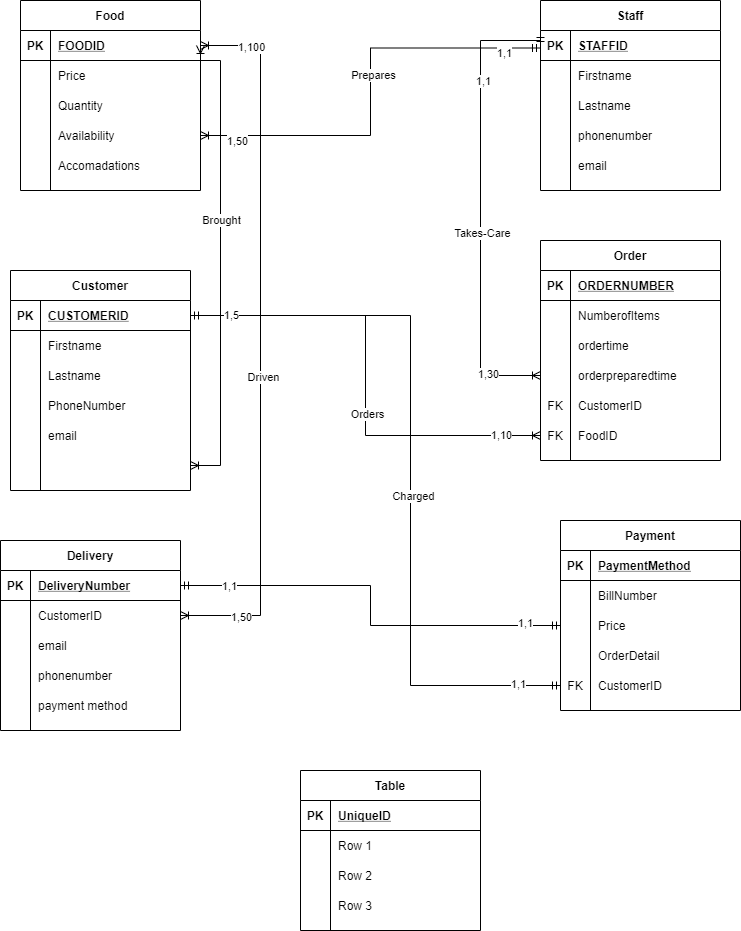
cmostir/Group-Project-2 keeps this draw.io diagram as Group assignment 2.png. Above is the earlier version. Source tidied: cells renumbered, new cells last; positions are measured from the earlier drawing's top-left corner, leaving out a move shared by most shapes.
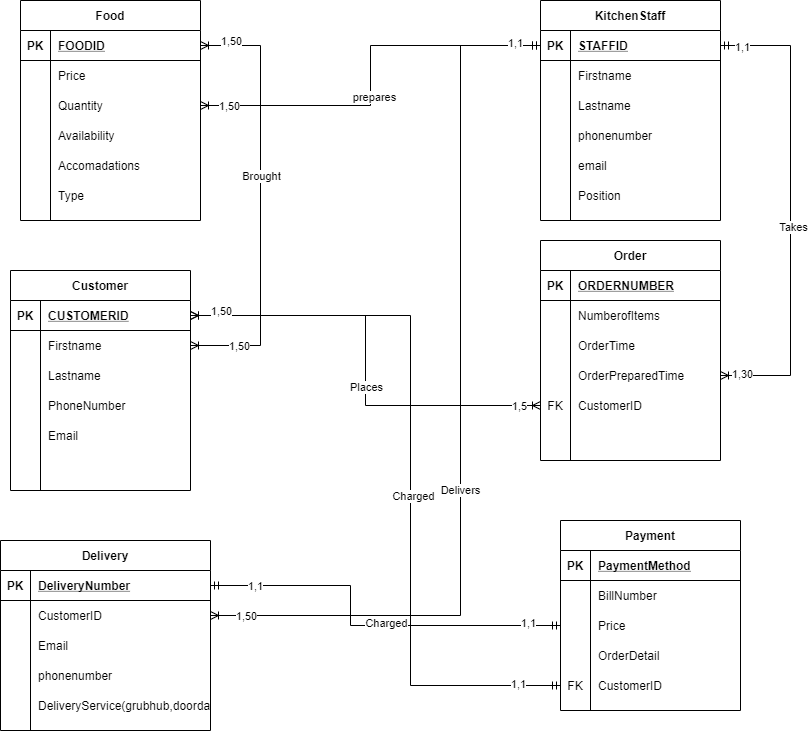
The same file after the commit.

Diff of the diagram source:
```diff
@@ -5,3 +5,3 @@
     <mxCell id="2" value="Food" style="shape=table;startSize=30;rowLines=0;fontStyle=1;align=center;" parent="1" vertex="1">
-      <mxGeometry x="20" width="180" height="190" as="geometry" />
+      <mxGeometry x="20" width="180" height="220" as="geometry" />
     </mxCell>
@@ -52,13 +52,13 @@
     </mxCell>
-    <mxCell id="18" style="edgeStyle=orthogonalEdgeStyle;rounded=0;jettySize=auto;html=1;exitX=0;exitY=0.25;exitDx=0;exitDy=0;entryX=1;entryY=0.5;entryDx=0;entryDy=0;startArrow=ERmandOne;startFill=0;endArrow=ERoneToMany;endFill=0;" parent="1" edge="1" source="21" target="12">
-      <mxGeometry relative="1" as="geometry" />
-    </mxCell>
-    <mxCell id="19" value="Prepares" style="edgeLabel;html=1;align=center;verticalAlign=middle;" parent="18" vertex="1">
-      <mxGeometry x="-0.21" y="27" relative="1" as="geometry" />
-    </mxCell>
-    <mxCell id="20" value="1,50" style="edgeLabel;html=1;align=center;verticalAlign=middle;" parent="18" vertex="1">
-      <mxGeometry x="0.83" y="5" relative="1" as="geometry" />
-    </mxCell>
+    <mxCell id="141" style="shape=partialRectangle;fillColor=none;top=0;left=0;bottom=0;right=0;" parent="2" vertex="1">
+      <mxGeometry y="180" width="180" height="30" as="geometry" />
+    </mxCell>
+    <mxCell id="142" style="shape=partialRectangle;fillColor=none;top=0;left=0;bottom=0;right=0;overflow=hidden;" parent="141" vertex="1">
+      <mxGeometry width="30" height="30" as="geometry" />
+    </mxCell>
+    <mxCell id="143" value="Type" style="shape=partialRectangle;fillColor=none;top=0;left=0;bottom=0;right=0;align=left;spacingLeft=6;overflow=hidden;" parent="141" vertex="1">
+      <mxGeometry x="30" width="150" height="30" as="geometry" />
+    </mxCell>
-    <mxCell id="21" value="Staff" style="shape=table;startSize=30;rowLines=0;fontStyle=1;align=center;" parent="1" vertex="1">
-      <mxGeometry x="540" width="180" height="190" as="geometry" />
+    <mxCell id="21" value="KitchenStaff" style="shape=table;startSize=30;rowLines=0;fontStyle=1;align=center;" parent="1" vertex="1">
+      <mxGeometry x="540" width="180" height="220" as="geometry" />
     </mxCell>
@@ -109,2 +109,11 @@
     </mxCell>
+    <mxCell id="144" style="shape=partialRectangle;fillColor=none;top=0;left=0;bottom=0;right=0;" parent="21" vertex="1">
+      <mxGeometry y="180" width="180" height="30" as="geometry" />
+    </mxCell>
+    <mxCell id="145" style="shape=partialRectangle;fillColor=none;top=0;left=0;bottom=0;right=0;overflow=hidden;" parent="144" vertex="1">
+      <mxGeometry width="30" height="30" as="geometry" />
+    </mxCell>
+    <mxCell id="146" value="Position" style="shape=partialRectangle;fillColor=none;top=0;left=0;bottom=0;right=0;align=left;spacingLeft=6;overflow=hidden;" parent="144" vertex="1">
+      <mxGeometry x="30" width="150" height="30" as="geometry" />
+    </mxCell>
     <mxCell id="37" value="Customer" style="shape=table;startSize=30;rowLines=0;fontStyle=1;align=center;" parent="1" vertex="1">
@@ -154,3 +163,3 @@
     </mxCell>
-    <mxCell id="52" value="email" style="shape=partialRectangle;fillColor=none;top=0;left=0;bottom=0;right=0;align=left;spacingLeft=6;overflow=hidden;" parent="50" vertex="1">
+    <mxCell id="52" value="Email" style="shape=partialRectangle;fillColor=none;top=0;left=0;bottom=0;right=0;align=left;spacingLeft=6;overflow=hidden;" parent="50" vertex="1">
       <mxGeometry x="30" width="150" height="30" as="geometry" />
@@ -193,3 +202,3 @@
     </mxCell>
-    <mxCell id="65" value="ordertime" style="shape=partialRectangle;fillColor=none;top=0;left=0;bottom=0;right=0;align=left;spacingLeft=6;overflow=hidden;" parent="63" vertex="1">
+    <mxCell id="65" value="OrderTime" style="shape=partialRectangle;fillColor=none;top=0;left=0;bottom=0;right=0;align=left;spacingLeft=6;overflow=hidden;" parent="63" vertex="1">
       <mxGeometry x="30" width="150" height="30" as="geometry" />
@@ -202,3 +211,3 @@
     </mxCell>
-    <mxCell id="68" value="orderpreparedtime" style="shape=partialRectangle;fillColor=none;top=0;left=0;bottom=0;right=0;align=left;spacingLeft=6;overflow=hidden;" parent="66" vertex="1">
+    <mxCell id="68" value="OrderPreparedTime" style="shape=partialRectangle;fillColor=none;top=0;left=0;bottom=0;right=0;align=left;spacingLeft=6;overflow=hidden;" parent="66" vertex="1">
       <mxGeometry x="30" width="150" height="30" as="geometry" />
@@ -217,6 +226,6 @@
     </mxCell>
-    <mxCell id="73" value="FK" style="shape=partialRectangle;fillColor=none;top=0;left=0;bottom=0;right=0;overflow=hidden;" parent="72" vertex="1">
+    <mxCell id="73" style="shape=partialRectangle;fillColor=none;top=0;left=0;bottom=0;right=0;overflow=hidden;" parent="72" vertex="1">
       <mxGeometry width="30" height="30" as="geometry" />
     </mxCell>
-    <mxCell id="74" value="FoodID" style="shape=partialRectangle;fillColor=none;top=0;left=0;bottom=0;right=0;align=left;spacingLeft=6;overflow=hidden;" parent="72" vertex="1">
+    <mxCell id="74" style="shape=partialRectangle;fillColor=none;top=0;left=0;bottom=0;right=0;align=left;spacingLeft=6;overflow=hidden;" parent="72" vertex="1">
       <mxGeometry x="30" width="150" height="30" as="geometry" />
@@ -272,6 +281,6 @@
     <mxCell id="91" value="Delivery" style="shape=table;startSize=30;rowLines=0;fontStyle=1;align=center;" parent="1" vertex="1">
-      <mxGeometry y="540" width="180" height="190" as="geometry" />
+      <mxGeometry y="540" width="210" height="190" as="geometry" />
     </mxCell>
     <mxCell id="92" style="shape=partialRectangle;fillColor=none;top=0;left=0;bottom=1;right=0;points=[[0,0.5],[1,0.5]];portConstraint=eastwest;" parent="91" vertex="1">
-      <mxGeometry y="30" width="180" height="30" as="geometry" />
+      <mxGeometry y="30" width="210" height="30" as="geometry" />
     </mxCell>
@@ -281,6 +290,6 @@
     <mxCell id="94" value="DeliveryNumber" style="shape=partialRectangle;fillColor=none;top=0;left=0;bottom=0;right=0;align=left;spacingLeft=6;fontStyle=5;overflow=hidden;" parent="92" vertex="1">
-      <mxGeometry x="30" width="150" height="30" as="geometry" />
+      <mxGeometry x="30" width="180" height="30" as="geometry" />
     </mxCell>
     <mxCell id="95" style="shape=partialRectangle;fillColor=none;top=0;left=0;bottom=0;right=0;points=[[0,0.5],[1,0.5]];portConstraint=eastwest;" parent="91" vertex="1">
-      <mxGeometry y="60" width="180" height="30" as="geometry" />
+      <mxGeometry y="60" width="210" height="30" as="geometry" />
     </mxCell>
@@ -290,6 +299,6 @@
     <mxCell id="97" value="CustomerID" style="shape=partialRectangle;fillColor=none;top=0;left=0;bottom=0;right=0;align=left;spacingLeft=6;overflow=hidden;" parent="95" vertex="1">
-      <mxGeometry x="30" width="150" height="30" as="geometry" />
+      <mxGeometry x="30" width="180" height="30" as="geometry" />
     </mxCell>
     <mxCell id="98" style="shape=partialRectangle;fillColor=none;top=0;left=0;bottom=0;right=0;" parent="91" vertex="1">
-      <mxGeometry y="90" width="180" height="30" as="geometry" />
+      <mxGeometry y="90" width="210" height="30" as="geometry" />
     </mxCell>
@@ -298,7 +307,7 @@
     </mxCell>
-    <mxCell id="100" value="email" style="shape=partialRectangle;fillColor=none;top=0;left=0;bottom=0;right=0;align=left;spacingLeft=6;overflow=hidden;" parent="98" vertex="1">
-      <mxGeometry x="30" width="150" height="30" as="geometry" />
+    <mxCell id="100" value="Email" style="shape=partialRectangle;fillColor=none;top=0;left=0;bottom=0;right=0;align=left;spacingLeft=6;overflow=hidden;" parent="98" vertex="1">
+      <mxGeometry x="30" width="180" height="30" as="geometry" />
     </mxCell>
     <mxCell id="101" style="shape=partialRectangle;fillColor=none;top=0;left=0;bottom=0;right=0;" parent="91" vertex="1">
-      <mxGeometry y="120" width="180" height="30" as="geometry" />
+      <mxGeometry y="120" width="210" height="30" as="geometry" />
     </mxCell>
@@ -308,6 +317,6 @@
     <mxCell id="103" value="phonenumber" style="shape=partialRectangle;fillColor=none;top=0;left=0;bottom=0;right=0;align=left;spacingLeft=6;overflow=hidden;" parent="101" vertex="1">
-      <mxGeometry x="30" width="150" height="30" as="geometry" />
+      <mxGeometry x="30" width="180" height="30" as="geometry" />
     </mxCell>
     <mxCell id="104" style="shape=partialRectangle;fillColor=none;top=0;left=0;bottom=0;right=0;" parent="91" vertex="1">
-      <mxGeometry y="150" width="180" height="30" as="geometry" />
+      <mxGeometry y="150" width="210" height="30" as="geometry" />
     </mxCell>
@@ -316,66 +325,6 @@
     </mxCell>
-    <mxCell id="106" value="payment method" style="shape=partialRectangle;fillColor=none;top=0;left=0;bottom=0;right=0;align=left;spacingLeft=6;overflow=hidden;" parent="104" vertex="1">
-      <mxGeometry x="30" width="150" height="30" as="geometry" />
+    <mxCell id="106" value="DeliveryService(grubhub,doordash,etc" style="shape=partialRectangle;fillColor=none;top=0;left=0;bottom=0;right=0;align=left;spacingLeft=6;overflow=hidden;" parent="104" vertex="1">
+      <mxGeometry x="30" width="180" height="30" as="geometry" />
     </mxCell>
-    <mxCell id="107" value="Table" style="shape=table;startSize=30;rowLines=0;fontStyle=1;align=center;" parent="1" vertex="1">
-      <mxGeometry x="300" y="770" width="180" height="160" as="geometry" />
-    </mxCell>
-    <mxCell id="108" style="shape=partialRectangle;fillColor=none;top=0;left=0;bottom=1;right=0;" parent="107" vertex="1">
-      <mxGeometry y="30" width="180" height="30" as="geometry" />
-    </mxCell>
-    <mxCell id="109" value="PK" style="shape=partialRectangle;fillColor=none;top=0;left=0;bottom=0;right=0;fontStyle=1;overflow=hidden;" parent="108" vertex="1">
-      <mxGeometry width="30" height="30" as="geometry" />
-    </mxCell>
-    <mxCell id="110" value="UniqueID" style="shape=partialRectangle;fillColor=none;top=0;left=0;bottom=0;right=0;align=left;spacingLeft=6;fontStyle=5;overflow=hidden;" parent="108" vertex="1">
-      <mxGeometry x="30" width="150" height="30" as="geometry" />
-    </mxCell>
-    <mxCell id="111" style="shape=partialRectangle;fillColor=none;top=0;left=0;bottom=0;right=0;" parent="107" vertex="1">
-      <mxGeometry y="60" width="180" height="30" as="geometry" />
-    </mxCell>
-    <mxCell id="112" style="shape=partialRectangle;fillColor=none;top=0;left=0;bottom=0;right=0;overflow=hidden;" parent="111" vertex="1">
-      <mxGeometry width="30" height="30" as="geometry" />
-    </mxCell>
-    <mxCell id="113" value="Row 1" style="shape=partialRectangle;fillColor=none;top=0;left=0;bottom=0;right=0;align=left;spacingLeft=6;overflow=hidden;" parent="111" vertex="1">
-      <mxGeometry x="30" width="150" height="30" as="geometry" />
-    </mxCell>
-    <mxCell id="114" style="shape=partialRectangle;fillColor=none;top=0;left=0;bottom=0;right=0;" parent="107" vertex="1">
-      <mxGeometry y="90" width="180" height="30" as="geometry" />
-    </mxCell>
-    <mxCell id="115" style="shape=partialRectangle;fillColor=none;top=0;left=0;bottom=0;right=0;overflow=hidden;" parent="114" vertex="1">
-      <mxGeometry width="30" height="30" as="geometry" />
-    </mxCell>
-    <mxCell id="116" value="Row 2" style="shape=partialRectangle;fillColor=none;top=0;left=0;bottom=0;right=0;align=left;spacingLeft=6;overflow=hidden;" parent="114" vertex="1">
-      <mxGeometry x="30" width="150" height="30" as="geometry" />
-    </mxCell>
-    <mxCell id="117" style="shape=partialRectangle;fillColor=none;top=0;left=0;bottom=0;right=0;" parent="107" vertex="1">
-      <mxGeometry y="120" width="180" height="30" as="geometry" />
-    </mxCell>
-    <mxCell id="118" style="shape=partialRectangle;fillColor=none;top=0;left=0;bottom=0;right=0;overflow=hidden;" parent="117" vertex="1">
-      <mxGeometry width="30" height="30" as="geometry" />
-    </mxCell>
-    <mxCell id="119" value="Row 3" style="shape=partialRectangle;fillColor=none;top=0;left=0;bottom=0;right=0;align=left;spacingLeft=6;overflow=hidden;" parent="117" vertex="1">
-      <mxGeometry x="30" width="150" height="30" as="geometry" />
-    </mxCell>
-    <mxCell id="120" style="edgeStyle=orthogonalEdgeStyle;rounded=0;jettySize=auto;html=1;exitX=1;exitY=0.5;exitDx=0;exitDy=0;entryX=1;entryY=0.5;entryDx=0;entryDy=0;startArrow=ERoneToMany;startFill=0;endArrow=ERoneToMany;endFill=0;" parent="1" edge="1" source="3" target="53">
-      <mxGeometry relative="1" as="geometry">
-        <Array as="points">
-          <mxPoint x="200" y="60" />
-          <mxPoint x="220" y="60" />
-          <mxPoint x="220" y="465" />
-        </Array>
-      </mxGeometry>
-    </mxCell>
-    <mxCell id="121" value="Brought" style="edgeLabel;html=1;align=center;verticalAlign=middle;" parent="120" vertex="1">
-      <mxGeometry x="-0.17" relative="1" as="geometry" />
-    </mxCell>
-    <mxCell id="122" style="edgeStyle=orthogonalEdgeStyle;rounded=0;jettySize=auto;html=1;exitX=1;exitY=0.5;exitDx=0;exitDy=0;entryX=0;entryY=0.5;entryDx=0;entryDy=0;endArrow=ERoneToMany;endFill=0;" parent="1" edge="1" source="38" target="72">
-      <mxGeometry relative="1" as="geometry" />
-    </mxCell>
-    <mxCell id="123" value="Orders" style="edgeLabel;html=1;align=center;verticalAlign=middle;" parent="122" vertex="1">
-      <mxGeometry x="0.16" y="1" relative="1" as="geometry" />
-    </mxCell>
-    <mxCell id="124" value="1,10" style="edgeLabel;html=1;align=center;verticalAlign=middle;" parent="122" vertex="1">
-      <mxGeometry x="0.83" y="1" relative="1" as="geometry" />
-    </mxCell>
-    <mxCell id="125" style="edgeStyle=orthogonalEdgeStyle;rounded=0;jettySize=auto;html=1;exitX=1;exitY=0.5;exitDx=0;exitDy=0;entryX=0;entryY=0.5;entryDx=0;entryDy=0;startArrow=ERmandOne;startFill=0;endArrow=ERmandOne;endFill=0;" parent="1" edge="1" source="38" target="88">
+    <mxCell id="125" style="edgeStyle=orthogonalEdgeStyle;rounded=0;jettySize=auto;html=1;exitX=1;exitY=0.5;exitDx=0;exitDy=0;entryX=0;entryY=0.5;entryDx=0;entryDy=0;startArrow=ERoneToMany;startFill=0;endArrow=ERmandOne;endFill=0;" parent="1" edge="1" source="38" target="88">
       <mxGeometry relative="1" as="geometry">
@@ -390,5 +339,2 @@
     </mxCell>
-    <mxCell id="127" value="1,5" style="edgeLabel;html=1;align=center;verticalAlign=middle;" parent="125" vertex="1">
-      <mxGeometry x="-0.89" y="1" relative="1" as="geometry" />
-    </mxCell>
     <mxCell id="128" value="1,1" style="edgeLabel;html=1;align=center;verticalAlign=middle;" parent="125" vertex="1">
@@ -396,44 +342,9 @@
     </mxCell>
-    <mxCell id="129" style="edgeStyle=orthogonalEdgeStyle;rounded=0;jettySize=auto;html=1;exitX=1;exitY=0.5;exitDx=0;exitDy=0;entryX=1;entryY=0.5;entryDx=0;entryDy=0;startArrow=ERoneToMany;startFill=0;endArrow=ERoneToMany;endFill=0;" parent="1" edge="1" source="3" target="95">
-      <mxGeometry relative="1" as="geometry">
-        <Array as="points">
-          <mxPoint x="260" y="45" />
-          <mxPoint x="260" y="615" />
-        </Array>
-      </mxGeometry>
-    </mxCell>
-    <mxCell id="130" value="Driven" style="edgeLabel;html=1;align=center;verticalAlign=middle;" parent="129" vertex="1">
-      <mxGeometry x="0.1" y="2" relative="1" as="geometry" />
-    </mxCell>
-    <mxCell id="131" value="1,100" style="edgeLabel;html=1;align=center;verticalAlign=middle;" parent="129" vertex="1">
-      <mxGeometry x="-0.86" y="-1" relative="1" as="geometry" />
-    </mxCell>
-    <mxCell id="132" value="1,50" style="edgeLabel;html=1;align=center;verticalAlign=middle;" parent="129" vertex="1">
-      <mxGeometry x="0.83" y="1" relative="1" as="geometry" />
-    </mxCell>
-    <mxCell id="133" style="edgeStyle=orthogonalEdgeStyle;rounded=0;jettySize=auto;html=1;exitX=0;exitY=0.5;exitDx=0;exitDy=0;entryX=0;entryY=0.5;entryDx=0;entryDy=0;endArrow=ERoneToMany;endFill=0;startArrow=ERmandOne;startFill=0;" parent="1" edge="1" source="22" target="66">
-      <mxGeometry relative="1" as="geometry">
-        <Array as="points">
-          <mxPoint x="540" y="40" />
-          <mxPoint x="480" y="40" />
-          <mxPoint x="480" y="375" />
-        </Array>
-      </mxGeometry>
-    </mxCell>
-    <mxCell id="134" value="Takes-Care" style="edgeLabel;html=1;align=center;verticalAlign=middle;" parent="133" vertex="1">
-      <mxGeometry x="0.12" y="1" relative="1" as="geometry" />
-    </mxCell>
-    <mxCell id="135" value="1,1" style="edgeLabel;html=1;align=center;verticalAlign=middle;" parent="133" vertex="1">
-      <mxGeometry x="-0.82" y="12" relative="1" as="geometry" />
-    </mxCell>
-    <mxCell id="136" value="1,1" style="edgeLabel;html=1;align=center;verticalAlign=middle;" parent="133" vertex="1">
-      <mxGeometry x="-0.54" y="2" relative="1" as="geometry" />
-    </mxCell>
-    <mxCell id="137" value="1,30" style="edgeLabel;html=1;align=center;verticalAlign=middle;" parent="133" vertex="1">
-      <mxGeometry x="0.77" y="2" relative="1" as="geometry">
-        <mxPoint x="-1" as="offset" />
-      </mxGeometry>
-    </mxCell>
     <mxCell id="138" style="edgeStyle=orthogonalEdgeStyle;rounded=0;jettySize=auto;html=1;exitX=1;exitY=0.5;exitDx=0;exitDy=0;entryX=0;entryY=0.5;entryDx=0;entryDy=0;startArrow=ERmandOne;startFill=0;endArrow=ERmandOne;endFill=0;" parent="1" edge="1" source="92" target="82">
-      <mxGeometry relative="1" as="geometry" />
+      <mxGeometry relative="1" as="geometry">
+        <Array as="points">
+          <mxPoint x="350" y="585" />
+          <mxPoint x="350" y="625" />
+        </Array>
+      </mxGeometry>
     </mxCell>
@@ -445,2 +356,86 @@
     </mxCell>
+    <mxCell id="147" value="Charged" style="edgeLabel;html=1;align=center;verticalAlign=middle;" parent="138" vertex="1">
+      <mxGeometry x="0.1" y="3" relative="1" as="geometry" />
+    </mxCell>
+    <mxCell id="133" style="edgeStyle=orthogonalEdgeStyle;rounded=0;jettySize=auto;html=1;exitX=1;exitY=0.5;exitDx=0;exitDy=0;entryX=1;entryY=0.5;entryDx=0;entryDy=0;endArrow=ERoneToMany;endFill=0;startArrow=ERmandOne;startFill=0;" parent="1" edge="1" source="22" target="66">
+      <mxGeometry relative="1" as="geometry">
+        <Array as="points">
+          <mxPoint x="790" y="45" />
+          <mxPoint x="790" y="375" />
+        </Array>
+      </mxGeometry>
+    </mxCell>
+    <mxCell id="148" value="1,1" style="edgeLabel;html=1;align=center;verticalAlign=middle;" parent="133" vertex="1">
+      <mxGeometry x="-0.91" y="-1" relative="1" as="geometry" />
+    </mxCell>
+    <mxCell id="137" value="1,30" style="edgeLabel;html=1;align=center;verticalAlign=middle;" parent="133" vertex="1">
+      <mxGeometry x="0.91" y="-2" relative="1" as="geometry" />
+    </mxCell>
+    <mxCell id="149" value="Takes" style="edgeLabel;html=1;align=center;verticalAlign=middle;" parent="133" vertex="1">
+      <mxGeometry x="0.07" y="2" relative="1" as="geometry" />
+    </mxCell>
+    <mxCell id="150" style="edgeStyle=orthogonalEdgeStyle;rounded=0;jettySize=auto;html=1;exitX=0;exitY=0.5;exitDx=0;exitDy=0;entryX=1;entryY=0.5;entryDx=0;entryDy=0;startArrow=ERmandOne;startFill=0;endArrow=ERoneToMany;endFill=0;" parent="1" edge="1" source="22" target="95">
+      <mxGeometry relative="1" as="geometry">
+        <Array as="points">
+          <mxPoint x="460" y="45" />
+          <mxPoint x="460" y="615" />
+        </Array>
+      </mxGeometry>
+    </mxCell>
+    <mxCell id="151" value="Delivers" style="edgeLabel;html=1;align=center;verticalAlign=middle;" parent="150" vertex="1">
+      <mxGeometry x="0.16" y="-1" relative="1" as="geometry" />
+    </mxCell>
+    <mxCell id="152" value="1,50" style="edgeLabel;html=1;align=center;verticalAlign=middle;" parent="150" vertex="1">
+      <mxGeometry x="0.92" relative="1" as="geometry" />
+    </mxCell>
+    <mxCell id="153" style="edgeStyle=orthogonalEdgeStyle;rounded=0;jettySize=auto;html=1;exitX=1;exitY=0.5;exitDx=0;exitDy=0;entryX=1;entryY=0.5;entryDx=0;entryDy=0;startArrow=ERoneToMany;startFill=0;endArrow=ERoneToMany;endFill=0;" parent="1" edge="1" source="3" target="41">
+      <mxGeometry relative="1" as="geometry">
+        <Array as="points">
+          <mxPoint x="260" y="45" />
+          <mxPoint x="260" y="345" />
+        </Array>
+      </mxGeometry>
+    </mxCell>
+    <mxCell id="121" value="Brought" style="edgeLabel;html=1;align=center;verticalAlign=middle;" parent="153" vertex="1">
+      <mxGeometry x="-0.11" relative="1" as="geometry" />
+    </mxCell>
+    <mxCell id="154" value="1,50" style="edgeLabel;html=1;align=center;verticalAlign=middle;" parent="153" vertex="1">
+      <mxGeometry x="-0.89" y="-13" relative="1" as="geometry">
+        <mxPoint x="5" y="-18" as="offset" />
+      </mxGeometry>
+    </mxCell>
+    <mxCell id="155" value="1,50" style="edgeLabel;html=1;align=center;verticalAlign=middle;" parent="153" vertex="1">
+      <mxGeometry x="0.78" relative="1" as="geometry" />
+    </mxCell>
+    <mxCell id="156" style="edgeStyle=orthogonalEdgeStyle;rounded=0;jettySize=auto;html=1;exitX=0;exitY=0.5;exitDx=0;exitDy=0;entryX=1;entryY=0.5;entryDx=0;entryDy=0;startArrow=ERmandOne;startFill=0;endArrow=ERoneToMany;endFill=0;" parent="1" edge="1" source="22" target="9">
+      <mxGeometry relative="1" as="geometry" />
+    </mxCell>
+    <mxCell id="157" value="prepares" style="edgeLabel;html=1;align=center;verticalAlign=middle;" parent="156" vertex="1">
+      <mxGeometry x="0.1" y="3" relative="1" as="geometry" />
+    </mxCell>
+    <mxCell id="158" value="1,50" style="edgeLabel;html=1;align=center;verticalAlign=middle;" parent="156" vertex="1">
+      <mxGeometry x="0.86" relative="1" as="geometry" />
+    </mxCell>
+    <mxCell id="159" value="1,1" style="edgeLabel;html=1;align=center;verticalAlign=middle;" parent="156" vertex="1">
+      <mxGeometry x="-0.87" y="-3" relative="1" as="geometry" />
+    </mxCell>
+    <mxCell id="160" style="edgeStyle=orthogonalEdgeStyle;rounded=0;jettySize=auto;html=1;exitX=1;exitY=0.5;exitDx=0;exitDy=0;entryX=0;entryY=0.5;entryDx=0;entryDy=0;startArrow=ERoneToMany;startFill=0;endArrow=ERoneToMany;endFill=0;" parent="1" edge="1" source="38" target="69">
+      <mxGeometry relative="1" as="geometry">
+        <Array as="points">
+          <mxPoint x="365" y="315" />
+          <mxPoint x="365" y="405" />
+        </Array>
+      </mxGeometry>
+    </mxCell>
+    <mxCell id="127" value="1,5" style="edgeLabel;html=1;align=center;verticalAlign=middle;" parent="160" vertex="1">
+      <mxGeometry x="0.9" relative="1" as="geometry" />
+    </mxCell>
+    <mxCell id="161" value="1,50" style="edgeLabel;html=1;align=center;verticalAlign=middle;" parent="160" vertex="1">
+      <mxGeometry x="-0.91" y="1" relative="1" as="geometry">
+        <mxPoint x="11" y="-4" as="offset" />
+      </mxGeometry>
+    </mxCell>
+    <mxCell id="162" value="Places" style="edgeLabel;html=1;align=center;verticalAlign=middle;" parent="160" vertex="1">
+      <mxGeometry x="0.12" relative="1" as="geometry" />
+    </mxCell>
   </root>
```
